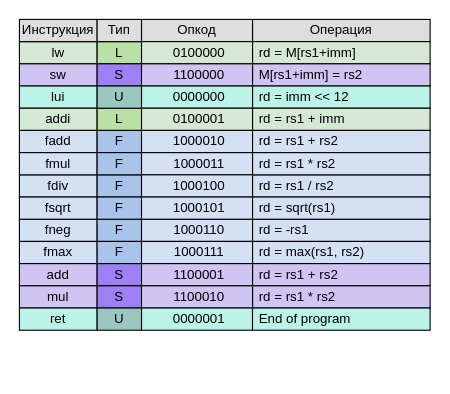
This is docs/starukhin_dissertation/images/svg/isa_set_table.drawio from HaMeNopeDiot/hardware_gpu, a draw.io file, before an edit. Source tidied: cells renumbered, new cells numbered last; positions are measured from the earlier drawing's top-left corner, leaving out a move shared by most shapes. Both pictures are drawn from the tidied source at 111%, with x=0, y=0 at pixel (19, 19).
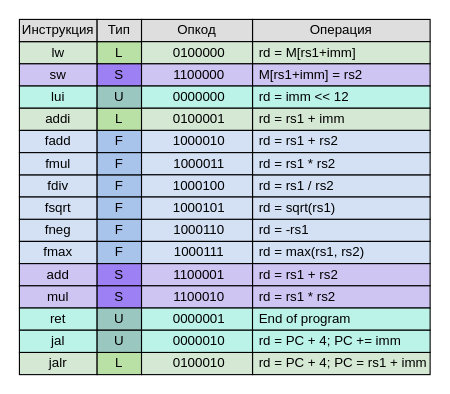
Above is the later version.

Commit message (it also covers changes not shown here):
Update images of isa set table

Diff of the diagram source:
```diff
@@
+    <mxCell id="58" value="jalr" style="rounded=0;whiteSpace=wrap;html=1;gradientColor=none;fillColor=#D5E8D4;convertToSvg=1;" parent="1" vertex="1">
+      <mxGeometry y="300" width="70" height="20" as="geometry" />
+    </mxCell>
+    <mxCell id="59" value="L" style="rounded=0;whiteSpace=wrap;html=1;fillColor=#B9E0A5;convertToSvg=1;" parent="1" vertex="1">
+      <mxGeometry x="70" y="300" width="40" height="20" as="geometry" />
+    </mxCell>
+    <mxCell id="60" value="rd = PC + 4; PC = rs1 + imm" style="rounded=0;whiteSpace=wrap;html=1;fillColor=#D5E8D4;convertToSvg=1;align=left;spacingLeft=4;" parent="1" vertex="1">
+      <mxGeometry x="210" y="300" width="160" height="20" as="geometry" />
+    </mxCell>
+    <mxCell id="61" value="&lt;span style=&quot;text-wrap-mode: nowrap;&quot;&gt;0100010&lt;/span&gt;" style="rounded=0;whiteSpace=wrap;html=1;fillColor=#D5E8D4;convertToSvg=1;align=center;spacingLeft=4;spacing=0;" parent="1" vertex="1">
+      <mxGeometry x="110" y="300" width="100" height="20" as="geometry" />
+    </mxCell>
+    <mxCell id="62" value="jal" style="rounded=0;whiteSpace=wrap;html=1;convertToSvg=1;fillColor=#BBF3E9;" parent="1" vertex="1">
+      <mxGeometry y="280" width="70" height="20" as="geometry" />
+    </mxCell>
+    <mxCell id="63" value="U" style="rounded=0;whiteSpace=wrap;html=1;fillColor=#9AC7BF;convertToSvg=1;" parent="1" vertex="1">
+      <mxGeometry x="70" y="280" width="40" height="20" as="geometry" />
+    </mxCell>
+    <mxCell id="64" value="0000010" style="rounded=0;whiteSpace=wrap;html=1;fillColor=#BBF3E9;convertToSvg=1;align=center;spacingLeft=4;spacing=0;" parent="1" vertex="1">
+      <mxGeometry x="110" y="280" width="100" height="20" as="geometry" />
+    </mxCell>
+    <mxCell id="65" value="rd = PC + 4; PC += imm" style="rounded=0;whiteSpace=wrap;html=1;fillColor=#BBF3E9;convertToSvg=1;align=left;spacingLeft=4;" parent="1" vertex="1">
+      <mxGeometry x="210" y="280" width="160" height="20" as="geometry" />
+    </mxCell>
```
